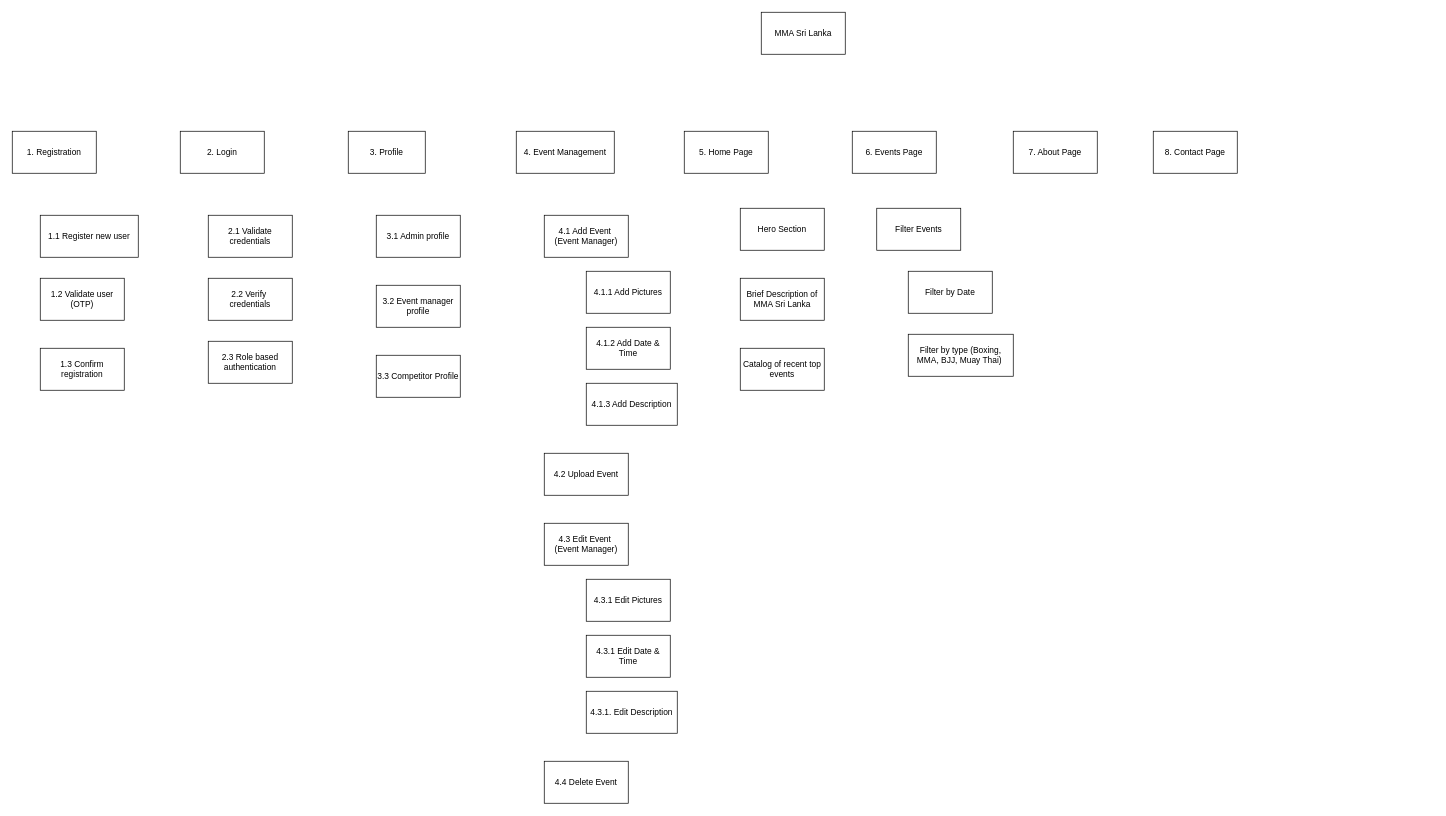
This is PM WBS V1.drawio from redhooddev/diagrams, a draw.io file, before an edit. Source tidied: cells renumbered, new cells numbered last; positions are measured from the earlier drawing's top-left corner, leaving out a move shared by most shapes. Both pictures are drawn from the tidied source at 70%, with x=0, y=0 at pixel (12, 12).
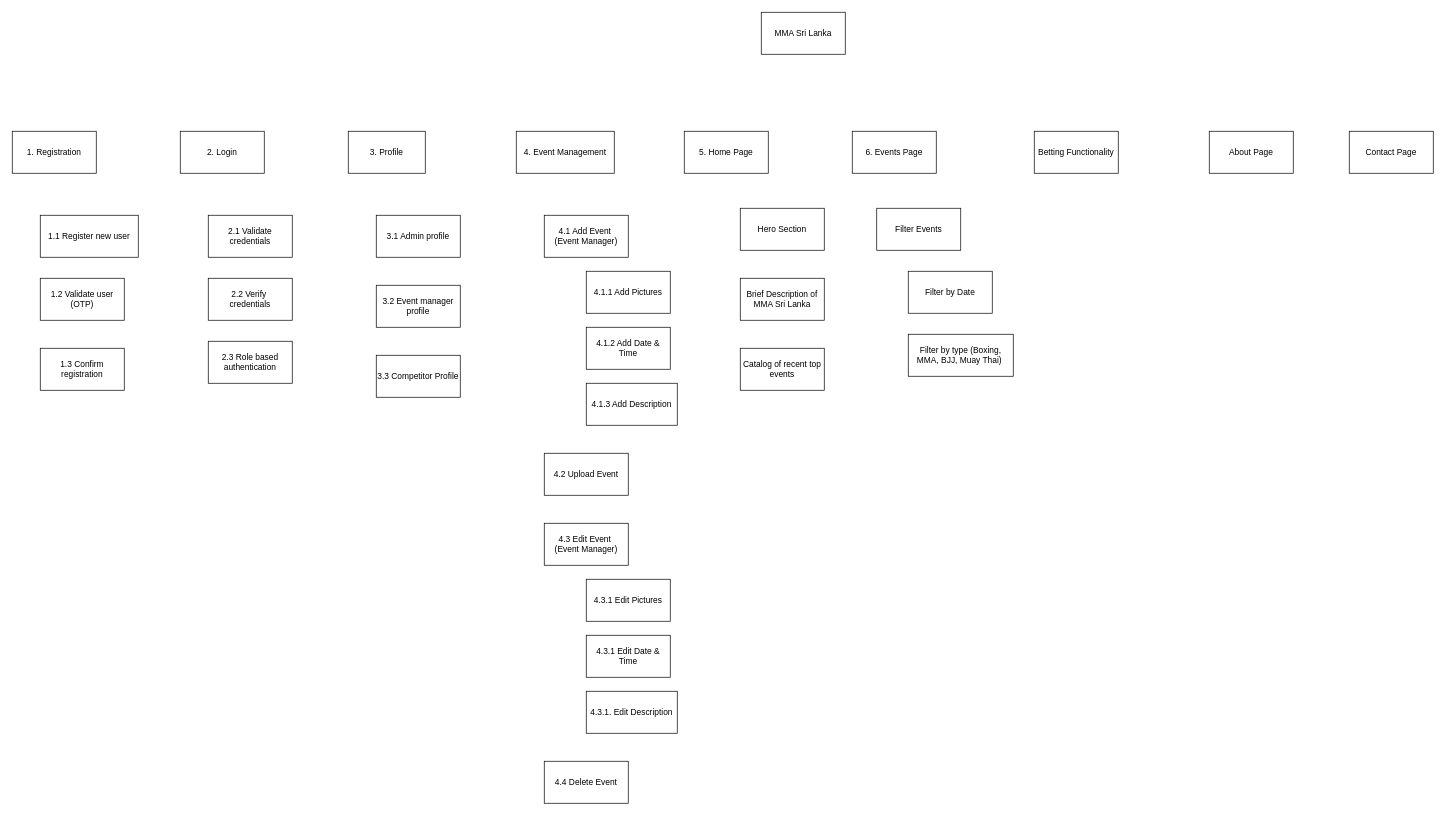
Above is the later version.

What changed in the source:
```diff
@@
-    <mxCell id="9" value="8. Contact Page" style="rounded=0;whiteSpace=wrap;html=1;" parent="1" vertex="1">
-      <mxGeometry x="1630" y="170" width="120" height="60" as="geometry" />
+    <mxCell id="9" value="Contact Page" style="rounded=0;whiteSpace=wrap;html=1;" parent="1" vertex="1">
+      <mxGeometry x="1910" y="170" width="120" height="60" as="geometry" />
     </mxCell>
-    <mxCell id="10" value="7. About Page" style="rounded=0;whiteSpace=wrap;html=1;" parent="1" vertex="1">
-      <mxGeometry x="1430" y="170" width="120" height="60" as="geometry" />
+    <mxCell id="10" value="About Page" style="rounded=0;whiteSpace=wrap;html=1;" parent="1" vertex="1">
+      <mxGeometry x="1710" y="170" width="120" height="60" as="geometry" />
     </mxCell>
@@
+    <mxCell id="36" value="Betting Functionality" style="rounded=0;whiteSpace=wrap;html=1;" parent="1" vertex="1">
+      <mxGeometry x="1460" y="170" width="120" height="60" as="geometry" />
+    </mxCell>
```
